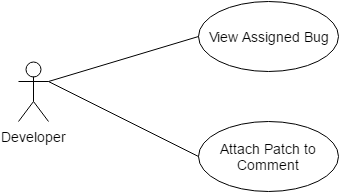
JingwangTeh/CSCI222-Systems-Development-Group-Project keeps this draw.io diagram as 02_Diagram/01_a_Use case/Version 4 (Revised)/Developer (Revised).png. Above is the earlier version. Source tidied: cells renumbered, new cells last; positions are measured from the earlier drawing's top-left corner, leaving out a move shared by most shapes. Source of this version:
```xml
<mxGraphModel background="#ffffff">
  <root>
    <mxCell id="0" />
    <mxCell id="1" parent="0" />
    <mxCell id="2" value="Developer" style="shape=umlActor;verticalLabelPosition=bottom;labelBackgroundColor=#ffffff;verticalAlign=top;html=1;strokeColor=#000000;fontSize=14;" parent="1" vertex="1">
      <mxGeometry y="60" width="30" height="60" as="geometry" />
    </mxCell>
    <mxCell id="3" value="View Assigned Bug" style="ellipse;whiteSpace=wrap;html=1;strokeColor=#000000;fontSize=14;" parent="1" vertex="1">
      <mxGeometry x="180" width="140" height="70" as="geometry" />
    </mxCell>
    <mxCell id="4" style="endArrow=none;html=1;strokeColor=#000000;strokeWidth=1;fontSize=14;entryX=0;entryY=0.5;exitX=1;exitY=0.3333333333333333;exitPerimeter=0;" parent="1" edge="1" source="2" target="3">
      <mxGeometry x="443" y="65" as="geometry" />
    </mxCell>
    <mxCell id="5" style="html=1;align=left;verticalAlign=bottom;labelBackgroundColor=#ffffff;fontSize=10;" parent="4" vertex="1">
      <mxGeometry x="-1" relative="1" as="geometry" />
    </mxCell>
    <mxCell id="6" style="html=1;align=right;verticalAlign=bottom;labelBackgroundColor=#ffffff;fontSize=10;" parent="4" vertex="1">
      <mxGeometry x="1" relative="1" as="geometry" />
    </mxCell>
    <mxCell id="7" value="Attach Patch to Comment" style="ellipse;whiteSpace=wrap;html=1;strokeColor=#000000;fontSize=14;" parent="1" vertex="1">
      <mxGeometry x="180" y="120" width="140" height="70" as="geometry" />
    </mxCell>
    <mxCell id="8" style="endArrow=none;html=1;strokeColor=#000000;strokeWidth=1;fontSize=14;entryX=0;entryY=0.5;exitX=1;exitY=0.3333333333333333;exitPerimeter=0;" parent="1" edge="1" source="2" target="7">
      <mxGeometry x="453" y="75" as="geometry" />
    </mxCell>
    <mxCell id="9" style="html=1;align=left;verticalAlign=bottom;labelBackgroundColor=#ffffff;fontSize=10;" parent="8" vertex="1">
      <mxGeometry x="-1" relative="1" as="geometry" />
    </mxCell>
    <mxCell id="10" style="html=1;align=right;verticalAlign=bottom;labelBackgroundColor=#ffffff;fontSize=10;" parent="8" vertex="1">
      <mxGeometry x="1" relative="1" as="geometry" />
    </mxCell>
  </root>
</mxGraphModel>
```
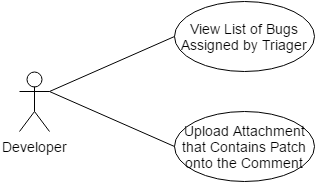
Later version of the same file.

What changed in the source:
```diff
@@ -5,8 +5,8 @@
     <mxCell id="2" value="Developer" style="shape=umlActor;verticalLabelPosition=bottom;labelBackgroundColor=#ffffff;verticalAlign=top;html=1;strokeColor=#000000;fontSize=14;" parent="1" vertex="1">
       <mxGeometry y="60" width="30" height="60" as="geometry" />
     </mxCell>
-    <mxCell id="3" value="View Assigned Bug" style="ellipse;whiteSpace=wrap;html=1;strokeColor=#000000;fontSize=14;" parent="1" vertex="1">
-      <mxGeometry x="180" width="140" height="70" as="geometry" />
+    <mxCell id="3" value="View List of Bugs Assigned by Triager" style="ellipse;whiteSpace=wrap;html=1;strokeColor=#000000;fontSize=14;" parent="1" vertex="1">
+      <mxGeometry x="155" y="-10" width="140" height="70" as="geometry" />
     </mxCell>
     <mxCell id="4" style="endArrow=none;html=1;strokeColor=#000000;strokeWidth=1;fontSize=14;entryX=0;entryY=0.5;exitX=1;exitY=0.3333333333333333;exitPerimeter=0;" parent="1" edge="1" source="2" target="3">
       <mxGeometry x="443" y="65" as="geometry" />
@@ -17,8 +17,8 @@
     <mxCell id="6" style="html=1;align=right;verticalAlign=bottom;labelBackgroundColor=#ffffff;fontSize=10;" parent="4" vertex="1">
       <mxGeometry x="1" relative="1" as="geometry" />
     </mxCell>
-    <mxCell id="7" value="Attach Patch to Comment" style="ellipse;whiteSpace=wrap;html=1;strokeColor=#000000;fontSize=14;" parent="1" vertex="1">
-      <mxGeometry x="180" y="120" width="140" height="70" as="geometry" />
+    <mxCell id="7" value="Upload Attachment that Contains Patch onto the Comment" style="ellipse;whiteSpace=wrap;html=1;strokeColor=#000000;fontSize=14;" parent="1" vertex="1">
+      <mxGeometry x="155" y="100" width="140" height="70" as="geometry" />
     </mxCell>
     <mxCell id="8" style="endArrow=none;html=1;strokeColor=#000000;strokeWidth=1;fontSize=14;entryX=0;entryY=0.5;exitX=1;exitY=0.3333333333333333;exitPerimeter=0;" parent="1" edge="1" source="2" target="7">
       <mxGeometry x="453" y="75" as="geometry" />
```
